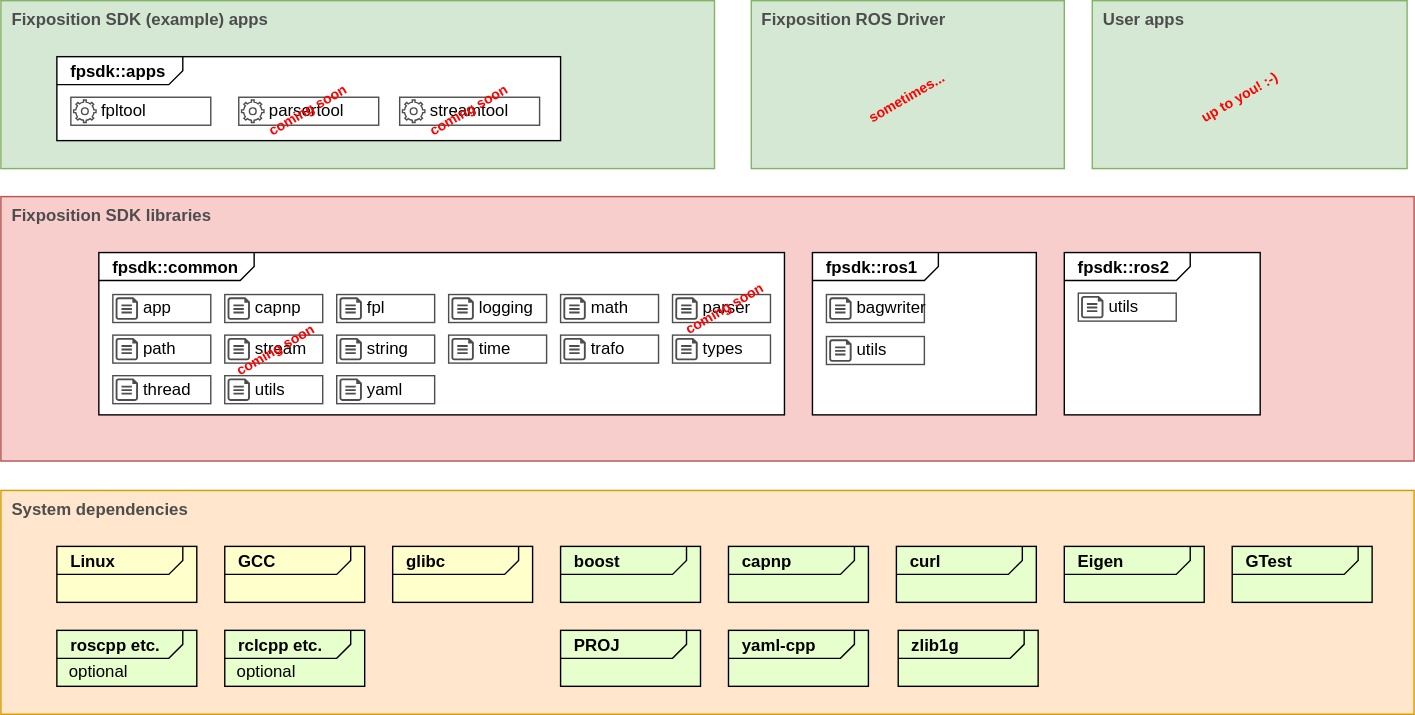
Above: fpsdk_doc/fpsdk-overview.drawio.svg in fixposition/fixposition-sdk (draw.io), before the change. Source tidied: cells renumbered, new cells last; positions are measured from the earlier drawing's top-left corner, leaving out a move shared by most shapes.
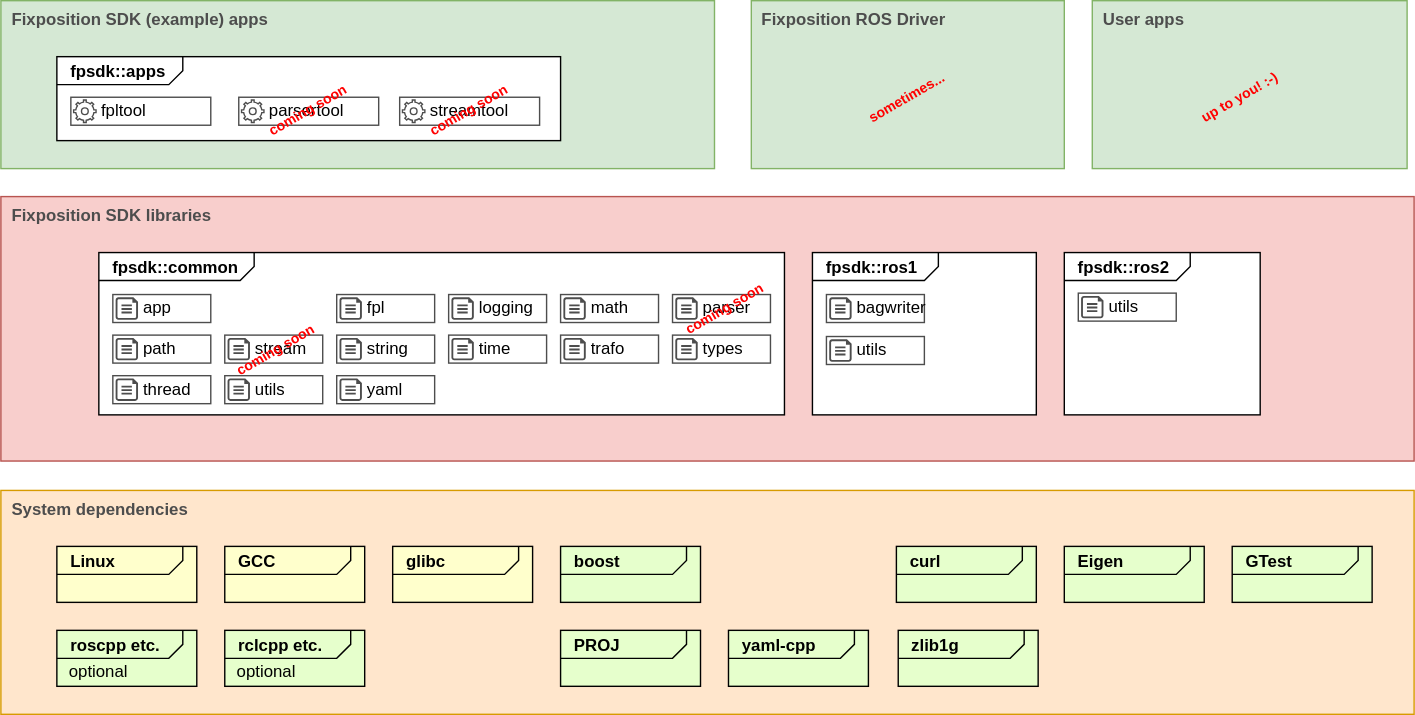
The same file after the commit.

Diff of the diagram source:
```diff
@@ -74,9 +74,6 @@
     <mxCell id="25" value="coming soon" style="text;strokeColor=none;align=center;fillColor=none;html=1;verticalAlign=middle;whiteSpace=wrap;rounded=0;fontColor=#FF0000;fontStyle=1;rotation=-30;opacity=25;spacing=0;fontSize=10;spacingTop=-2;" parent="22" vertex="1">
       <mxGeometry x="14.3" y="4.3" width="71.3" height="11.3" as="geometry" />
     </mxCell>
-    <mxCell id="26" value="&lt;p style=&quot;margin:0px;margin-top:4px;margin-left:10px;text-align:left;&quot;&gt;&lt;b&gt;&lt;font style=&quot;font-size: 12px;&quot;&gt;capnp&lt;/font&gt;&lt;/b&gt;&lt;/p&gt;" style="html=1;shape=mxgraph.sysml.package;xSize=90;align=left;spacingLeft=10;overflow=fill;fillColor=#E6FFCC;" parent="1" vertex="1">
-      <mxGeometry x="520" y="390" width="100" height="40" as="geometry" />
-    </mxCell>
     <mxCell id="27" value="&lt;p style=&quot;margin:0px;margin-top:4px;margin-left:10px;text-align:left;&quot;&gt;&lt;b&gt;&lt;font style=&quot;font-size: 12px;&quot;&gt;Linux&lt;/font&gt;&lt;/b&gt;&lt;/p&gt;" style="html=1;shape=mxgraph.sysml.package;xSize=90;align=left;spacingLeft=10;overflow=fill;fillColor=#FFFFCC;" parent="1" vertex="1">
       <mxGeometry x="40" y="390" width="100" height="40" as="geometry" />
     </mxCell>
@@ -272,15 +269,6 @@
     <mxCell id="91" style="verticalLabelPosition=bottom;html=1;verticalAlign=top;align=center;strokeColor=none;fillColor=#4D4D4D;shape=mxgraph.azure.cloud_services_configuration_file;fontSize=12;" parent="89" vertex="1">
       <mxGeometry x="2" y="2" width="16" height="16" as="geometry" />
     </mxCell>
-    <mxCell id="92" style="group;" parent="1" vertex="1">
-      <mxGeometry x="160" y="210" width="70" height="20" as="geometry" />
-    </mxCell>
-    <mxCell id="93" value="capnp" style="whiteSpace=wrap;html=1;strokeColor=#4D4D4D;strokeWidth=1;fontSize=12;fillColor=default;align=left;spacingLeft=20;" parent="92" vertex="1">
-      <mxGeometry width="70" height="20" as="geometry" />
-    </mxCell>
-    <mxCell id="94" style="verticalLabelPosition=bottom;html=1;verticalAlign=top;align=center;strokeColor=none;fillColor=#4D4D4D;shape=mxgraph.azure.cloud_services_configuration_file;fontSize=12;" parent="92" vertex="1">
-      <mxGeometry x="2" y="2" width="16" height="16" as="geometry" />
-    </mxCell>
     <mxCell id="95" style="group;" parent="1" vertex="1">
       <mxGeometry x="480" y="210" width="73.3" height="20" as="geometry" />
     </mxCell>
```
